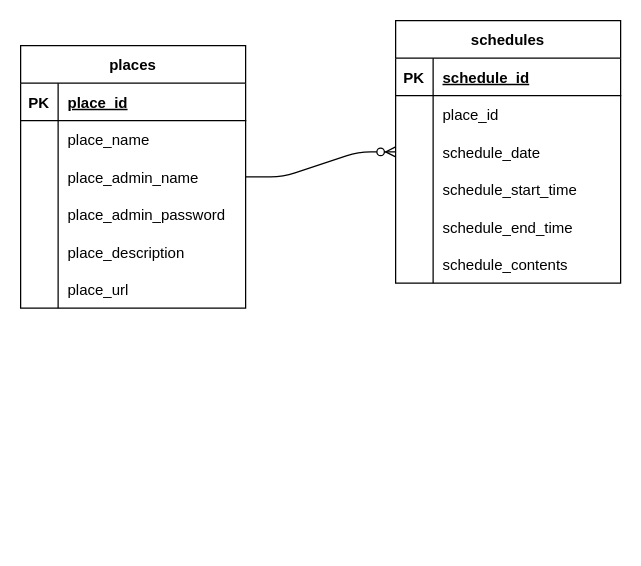
Before: plan/DB.drawio in AkitoNakamuraO/Scoat, a draw.io diagram. Source tidied: cells renumbered, new cells numbered last; positions are measured from the earlier drawing's top-left corner, leaving out a move shared by most shapes. Both pictures are drawn from the tidied source at 125%, with x=0, y=0 at pixel (20, 20).
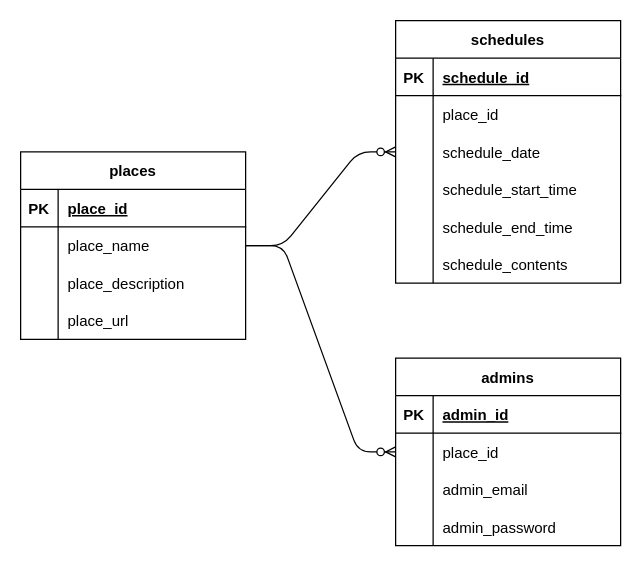
The same diagram, later.

Change to the diagram source:
```diff
@@
     <mxCell id="2" value="places" style="shape=table;startSize=30;childLayout=tableLayout;rowLines=0;fontStyle=1;align=center;" parent="1" vertex="1">
-      <mxGeometry y="20" width="180" height="210" as="geometry" />
+      <mxGeometry y="105" width="180" height="150" as="geometry" />
     </mxCell>
@@
-    <mxCell id="9" style="shape=partialRectangle;fillColor=none;top=0;left=0;bottom=0;right=0;" parent="2" vertex="1">
-      <mxGeometry y="90" width="180" height="30" as="geometry" />
-    </mxCell>
-    <mxCell id="10" style="shape=partialRectangle;fillColor=none;top=0;left=0;bottom=0;right=0;overflow=hidden;" parent="9" vertex="1">
-      <mxGeometry width="30" height="30" as="geometry" />
-    </mxCell>
-    <mxCell id="11" value="place_admin_name" style="shape=partialRectangle;fillColor=none;top=0;left=0;bottom=0;right=0;align=left;spacingLeft=6;overflow=hidden;" parent="9" vertex="1">
-      <mxGeometry x="30" width="150" height="30" as="geometry" />
-    </mxCell>
-    <mxCell id="12" style="shape=partialRectangle;fillColor=none;top=0;left=0;bottom=0;right=0;" parent="2" vertex="1">
-      <mxGeometry y="120" width="180" height="30" as="geometry" />
-    </mxCell>
-    <mxCell id="13" style="shape=partialRectangle;fillColor=none;top=0;left=0;bottom=0;right=0;overflow=hidden;" parent="12" vertex="1">
-      <mxGeometry width="30" height="30" as="geometry" />
-    </mxCell>
-    <mxCell id="14" value="place_admin_password" style="shape=partialRectangle;fillColor=none;top=0;left=0;bottom=0;right=0;align=left;spacingLeft=6;overflow=hidden;" parent="12" vertex="1">
-      <mxGeometry x="30" width="150" height="30" as="geometry" />
-    </mxCell>
     <mxCell id="15" style="shape=partialRectangle;fillColor=none;top=0;left=0;bottom=0;right=0;" parent="2" vertex="1">
-      <mxGeometry y="150" width="180" height="30" as="geometry" />
+      <mxGeometry y="90" width="180" height="30" as="geometry" />
     </mxCell>
@@
     <mxCell id="18" style="shape=partialRectangle;fillColor=none;top=0;left=0;bottom=0;right=0;" parent="2" vertex="1">
-      <mxGeometry y="180" width="180" height="30" as="geometry" />
+      <mxGeometry y="120" width="180" height="30" as="geometry" />
     </mxCell>
@@
+    <mxCell id="41" value="admins" style="shape=table;startSize=30;childLayout=tableLayout;rowLines=0;fontStyle=1;align=center;" parent="1" vertex="1">
+      <mxGeometry x="300" y="270" width="180" height="150" as="geometry" />
+    </mxCell>
+    <mxCell id="42" style="shape=partialRectangle;fillColor=none;top=0;left=0;bottom=1;right=0;" parent="41" vertex="1">
+      <mxGeometry y="30" width="180" height="30" as="geometry" />
+    </mxCell>
+    <mxCell id="43" value="PK" style="shape=partialRectangle;fillColor=none;top=0;left=0;bottom=0;right=0;fontStyle=1;overflow=hidden;" parent="42" vertex="1">
+      <mxGeometry width="30" height="30" as="geometry" />
+    </mxCell>
+    <mxCell id="44" value="admin_id" style="shape=partialRectangle;fillColor=none;top=0;left=0;bottom=0;right=0;align=left;spacingLeft=6;fontStyle=5;overflow=hidden;" parent="42" vertex="1">
+      <mxGeometry x="30" width="150" height="30" as="geometry" />
+    </mxCell>
+    <mxCell id="45" style="shape=partialRectangle;fillColor=none;top=0;left=0;bottom=0;right=0;" parent="41" vertex="1">
+      <mxGeometry y="60" width="180" height="30" as="geometry" />
+    </mxCell>
+    <mxCell id="46" style="shape=partialRectangle;fillColor=none;top=0;left=0;bottom=0;right=0;overflow=hidden;" parent="45" vertex="1">
+      <mxGeometry width="30" height="30" as="geometry" />
+    </mxCell>
+    <mxCell id="47" value="place_id" style="shape=partialRectangle;fillColor=none;top=0;left=0;bottom=0;right=0;align=left;spacingLeft=6;overflow=hidden;" parent="45" vertex="1">
+      <mxGeometry x="30" width="150" height="30" as="geometry" />
+    </mxCell>
+    <mxCell id="9" style="shape=partialRectangle;fillColor=none;top=0;left=0;bottom=0;right=0;" parent="41" vertex="1">
+      <mxGeometry y="90" width="180" height="30" as="geometry" />
+    </mxCell>
+    <mxCell id="48" style="shape=partialRectangle;fillColor=none;top=0;left=0;bottom=0;right=0;overflow=hidden;" parent="9" vertex="1">
+      <mxGeometry width="30" height="30" as="geometry" />
+    </mxCell>
+    <mxCell id="49" value="admin_email" style="shape=partialRectangle;fillColor=none;top=0;left=0;bottom=0;right=0;align=left;spacingLeft=6;overflow=hidden;" parent="9" vertex="1">
+      <mxGeometry x="30" width="150" height="30" as="geometry" />
+    </mxCell>
+    <mxCell id="12" style="shape=partialRectangle;fillColor=none;top=0;left=0;bottom=0;right=0;" parent="41" vertex="1">
+      <mxGeometry y="120" width="180" height="30" as="geometry" />
+    </mxCell>
+    <mxCell id="50" style="shape=partialRectangle;fillColor=none;top=0;left=0;bottom=0;right=0;overflow=hidden;" parent="12" vertex="1">
+      <mxGeometry width="30" height="30" as="geometry" />
+    </mxCell>
+    <mxCell id="51" value="admin_password" style="shape=partialRectangle;fillColor=none;top=0;left=0;bottom=0;right=0;align=left;spacingLeft=6;overflow=hidden;" parent="12" vertex="1">
+      <mxGeometry x="30" width="150" height="30" as="geometry" />
+    </mxCell>
+    <mxCell id="52" style="edgeStyle=entityRelationEdgeStyle;fontSize=12;html=1;endArrow=ERzeroToMany;endFill=1;" parent="1" edge="1" source="2" target="41">
+      <mxGeometry relative="1" as="geometry" />
+    </mxCell>
```
